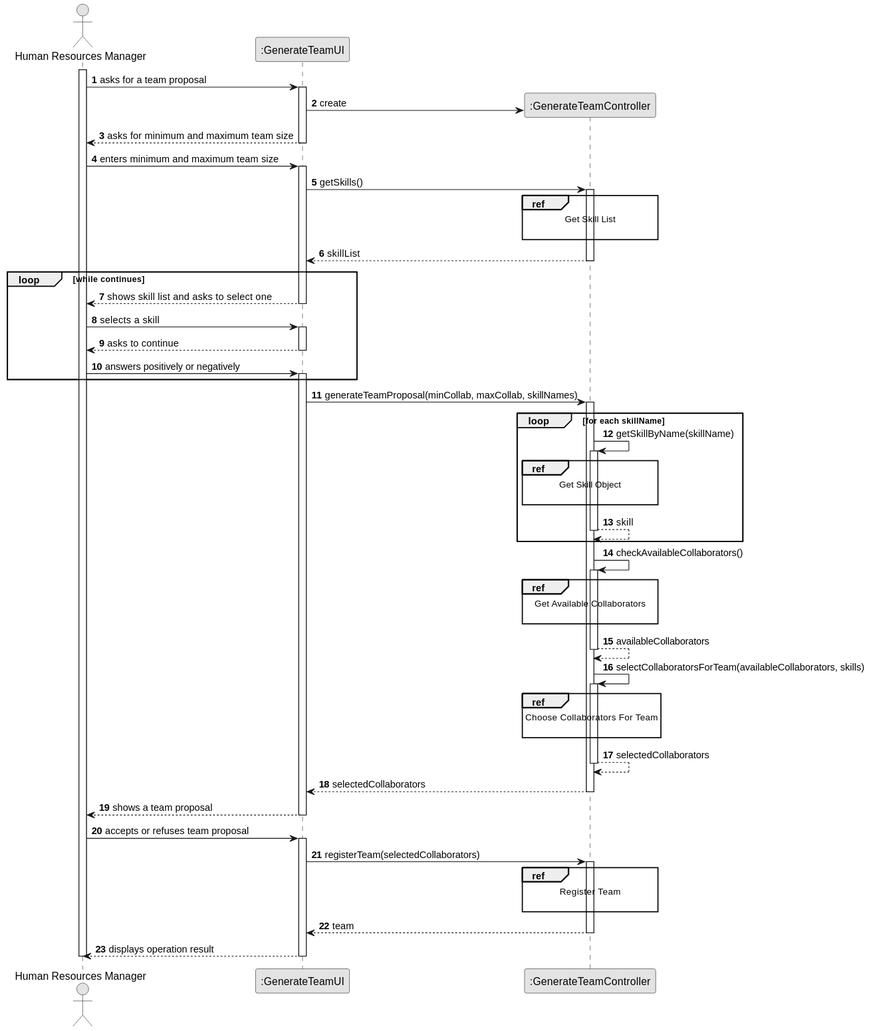
Before: docs/sprintB/us005/03.design/svg/us005-sequence-diagram-split.svg, a diagram exported from PlantUML (Departamento-de-Engenharia-Informatica/lei-24-s2-1dm-g132). The source it was exported from:
```plantuml
@startuml
skinparam monochrome true
skinparam packageStyle rectangle
skinparam shadowing false

autonumber

actor "Human Resources Manager" as HRM
participant ":GenerateTeamUI" as UI
participant ":GenerateTeamController" as CTRL



activate HRM

        HRM -> UI : asks for a team proposal

        activate UI

            UI -> CTRL** : create

            UI --> HRM : asks for minimum and maximum team size

        deactivate UI

        HRM -> UI : enters minimum and maximum team size

        activate UI

            UI -> CTRL : getSkills()
            ref over CTRL
                Get Skill List

            end ref

            activate CTRL

                CTRL --> UI : skillList
            deactivate CTRL

            loop while continues

            UI --> HRM : shows skill list and asks to select one
        deactivate UI

    HRM -> UI : selects a skill
    activate UI

        UI --> HRM : asks to continue

    deactivate UI

    HRM -> UI : answers positively or negatively
    activate UI

            end loop

        UI -> CTRL : generateTeamProposal(minCollab, maxCollab, skillNames)
        activate CTRL

        loop for each skillName

            CTRL -> CTRL : getSkillByName(skillName)

                ref over CTRL
                    Get Skill Object

                end ref

                activate CTRL

                    CTRL --> CTRL : skill
            deactivate CTRL

            end loop

            CTRL -> CTRL : checkAvailableCollaborators()

                ref over CTRL
                    Get Available Collaborators

                end ref

                activate CTRL

                CTRL --> CTRL : availableCollaborators
            deactivate CTRL

            CTRL -> CTRL : selectCollaboratorsForTeam(availableCollaborators, skills)
            activate CTRL

                ref over CTRL
                    Choose Collaborators For Team

                end ref

                CTRL --> CTRL : selectedCollaborators
            deactivate CTRL

            CTRL --> UI : selectedCollaborators
        deactivate CTRL

        UI --> HRM : shows a team proposal
    deactivate UI

    HRM -> UI : accepts or refuses team proposal
    activate UI

        UI -> CTRL : registerTeam(selectedCollaborators)
        activate CTRL

        ref over CTRL
            Register Team

        end ref

            CTRL --> UI : team

            deactivate CTRL
            UI --> HRM: displays operation result
    deactivate UI

deactivate HRM
@enduml
```
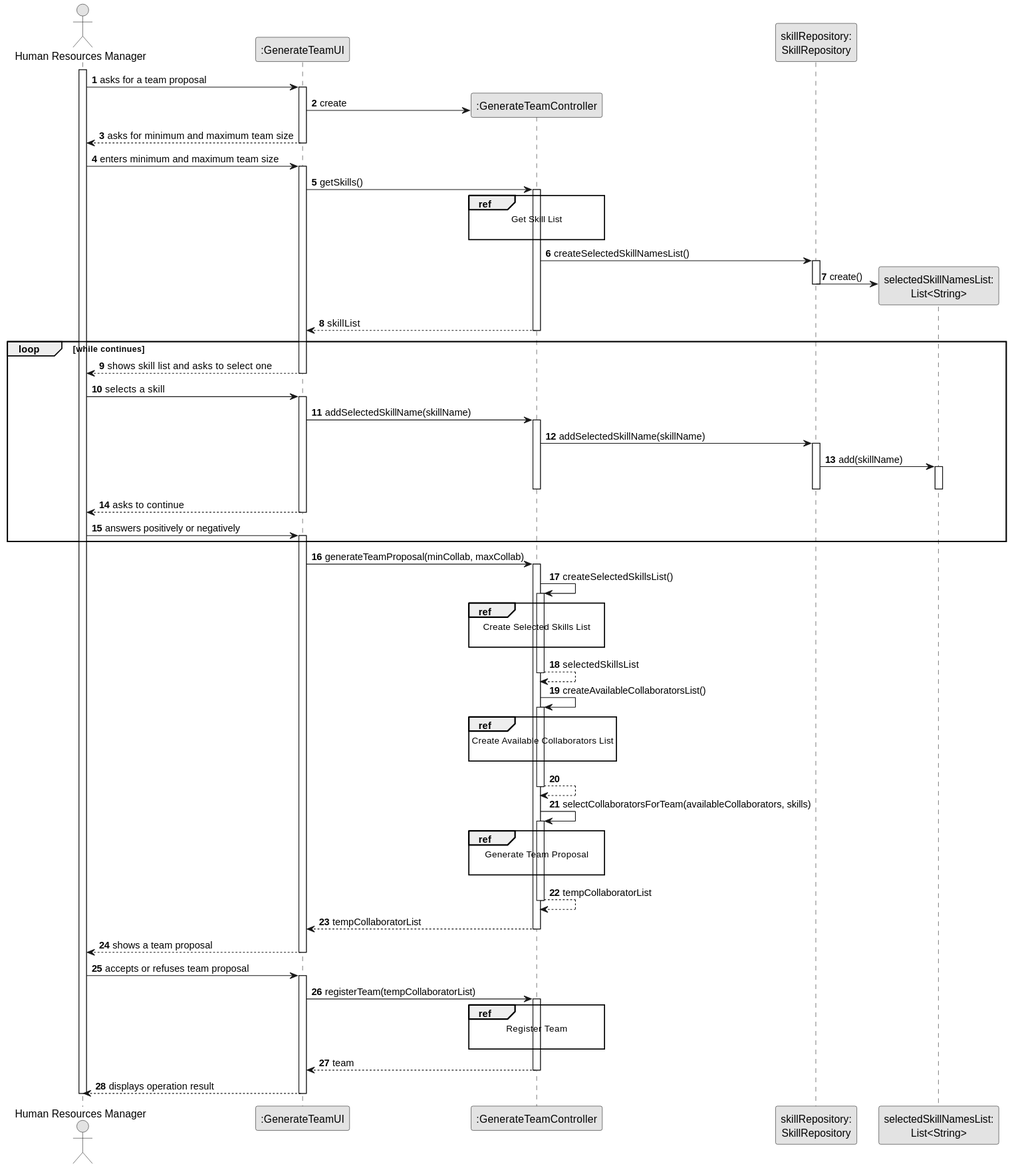
After the commit.

Commit message:
US005 Rationale and sequence diagrams update

What changed in the source:
```diff
@@ -8,7 +8,8 @@
 actor "Human Resources Manager" as HRM
 participant ":GenerateTeamUI" as UI
 participant ":GenerateTeamController" as CTRL
-
+participant "skillRepository:\nSkillRepository" as SkillRepository
+participant "selectedSkillNamesList:\nList<String>" as selectedSkillNamesList
 
 
 activate HRM
@@ -35,6 +36,12 @@
 
             activate CTRL
 
+            CTRL -> SkillRepository : createSelectedSkillNamesList()
+            activate SkillRepository
+
+            SkillRepository -> selectedSkillNamesList** : create()
+            deactivate SkillRepository
+
                 CTRL --> UI : skillList
             deactivate CTRL
 
@@ -46,6 +53,21 @@
     HRM -> UI : selects a skill
     activate UI
 
+        UI -> CTRL : addSelectedSkillName(skillName)
+            activate CTRL
+
+                CTRL -> SkillRepository: addSelectedSkillName(skillName)
+                activate SkillRepository
+
+                SkillRepository -> selectedSkillNamesList : add(skillName)
+                activate selectedSkillNamesList
+
+                deactivate selectedSkillNamesList
+
+        deactivate SkillRepository
+
+        deactivate CTRL
+
         UI --> HRM : asks to continue
 
     deactivate UI
@@ -55,49 +77,45 @@
 
             end loop
 
-        UI -> CTRL : generateTeamProposal(minCollab, maxCollab, skillNames)
+        UI -> CTRL : generateTeamProposal(minCollab, maxCollab)
         activate CTRL
 
-        loop for each skillName
-
-            CTRL -> CTRL : getSkillByName(skillName)
+            CTRL -> CTRL : createSelectedSkillsList()
 
                 ref over CTRL
-                    Get Skill Object
+                    Create Selected Skills List
 
                 end ref
 
                 activate CTRL
 
-                    CTRL --> CTRL : skill
+                    CTRL --> CTRL : selectedSkillsList
             deactivate CTRL
 
-            end loop
-
-            CTRL -> CTRL : checkAvailableCollaborators()
+            CTRL -> CTRL : createAvailableCollaboratorsList()
 
                 ref over CTRL
-                    Get Available Collaborators
+                    Create Available Collaborators List
 
                 end ref
 
                 activate CTRL
 
-                CTRL --> CTRL : availableCollaborators
+                CTRL --> CTRL :
             deactivate CTRL
 
             CTRL -> CTRL : selectCollaboratorsForTeam(availableCollaborators, skills)
             activate CTRL
 
                 ref over CTRL
-                    Choose Collaborators For Team
+                    Generate Team Proposal
 
                 end ref
 
-                CTRL --> CTRL : selectedCollaborators
+                CTRL --> CTRL : tempCollaboratorList
             deactivate CTRL
 
-            CTRL --> UI : selectedCollaborators
+            CTRL --> UI : tempCollaboratorList
         deactivate CTRL
 
         UI --> HRM : shows a team proposal
@@ -106,7 +124,7 @@
     HRM -> UI : accepts or refuses team proposal
     activate UI
 
-        UI -> CTRL : registerTeam(selectedCollaborators)
+        UI -> CTRL : registerTeam(tempCollaboratorList)
         activate CTRL
 
         ref over CTRL
```
